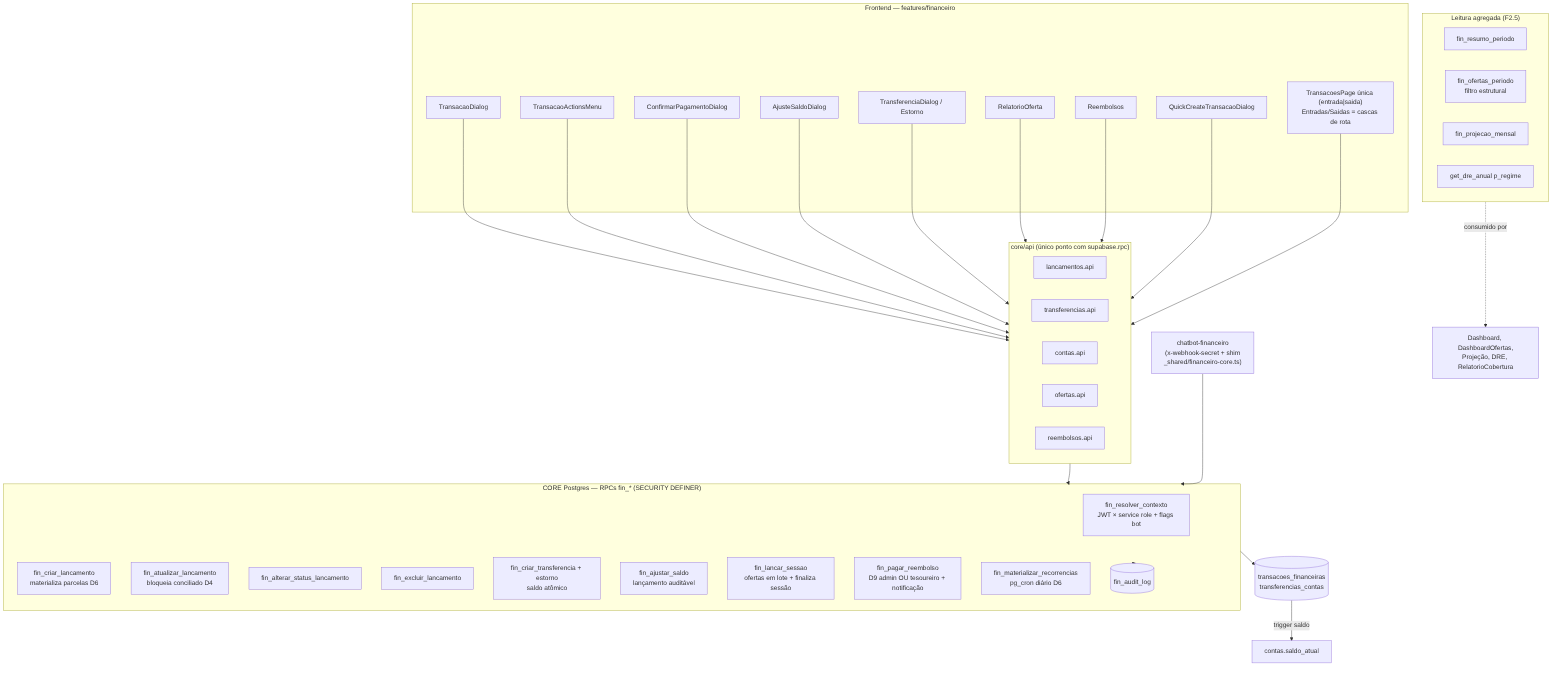
Earlier version of the Mermaid export docs/diagramas/exports/fluxo-financeiro_4.png (adrianoapc/igreja-carvalho). Its source is kept beside it as docs/diagramas/exports/fluxo-financeiro_4.mmd. Its diagram source:
```mermaid
flowchart TD
    subgraph FE["Frontend — features/financeiro"]
        TP["TransacoesPage única (entrada|saida)\nEntradas/Saidas = cascas de rota"]
        TD2[TransacaoDialog]
        AM[TransacaoActionsMenu]
        CP[ConfirmarPagamentoDialog]
        AS[AjusteSaldoDialog]
        TF[TransferenciaDialog / Estorno]
        RO[RelatorioOferta]
        RE[Reembolsos]
        QC[QuickCreateTransacaoDialog]
    end

    subgraph API["core/api (único ponto com supabase.rpc)"]
        LAPI[lancamentos.api]
        TAPI[transferencias.api]
        CAPI[contas.api]
        OAPI[ofertas.api]
        RAPI[reembolsos.api]
    end

    BOT["chatbot-financeiro\n(x-webhook-secret + shim\n_shared/financeiro-core.ts)"]

    subgraph RPC["CORE Postgres — RPCs fin_* (SECURITY DEFINER)"]
        CTX[fin_resolver_contexto\nJWT × service role + flags bot]
        W1[fin_criar_lancamento\nmaterializa parcelas D6]
        W2[fin_atualizar_lancamento\nbloqueia conciliado D4]
        W3[fin_alterar_status_lancamento]
        W4[fin_excluir_lancamento]
        W5[fin_criar_transferencia + estorno\nsaldo atômico]
        W6[fin_ajustar_saldo\nlançamento auditável]
        W7[fin_lancar_sessao\nofertas em lote + finaliza sessão]
        W8[fin_pagar_reembolso\nD9 admin OU tesoureiro + notificação]
        JOB[fin_materializar_recorrencias\npg_cron diário D6]
        AUD[(fin_audit_log)]
    end

    subgraph READ["Leitura agregada (F2.5)"]
        R1[fin_resumo_periodo]
        R2[fin_ofertas_periodo\nfiltro estrutural]
        R3[fin_projecao_mensal]
        R4[get_dre_anual p_regime]
    end

    TD2 & AM & CP & AS & TF & RO & RE & QC --> API
    TP --> API
    API --> RPC
    BOT --> RPC
    RPC --> AUD
    RPC --> T[(transacoes_financeiras\ntransferencias_contas)]
    T -->|trigger saldo| SALDO[contas.saldo_atual]
    READ -.consumido por.-> DASH[Dashboard, DashboardOfertas,\nProjeção, DRE, RelatorioCobertura]
```
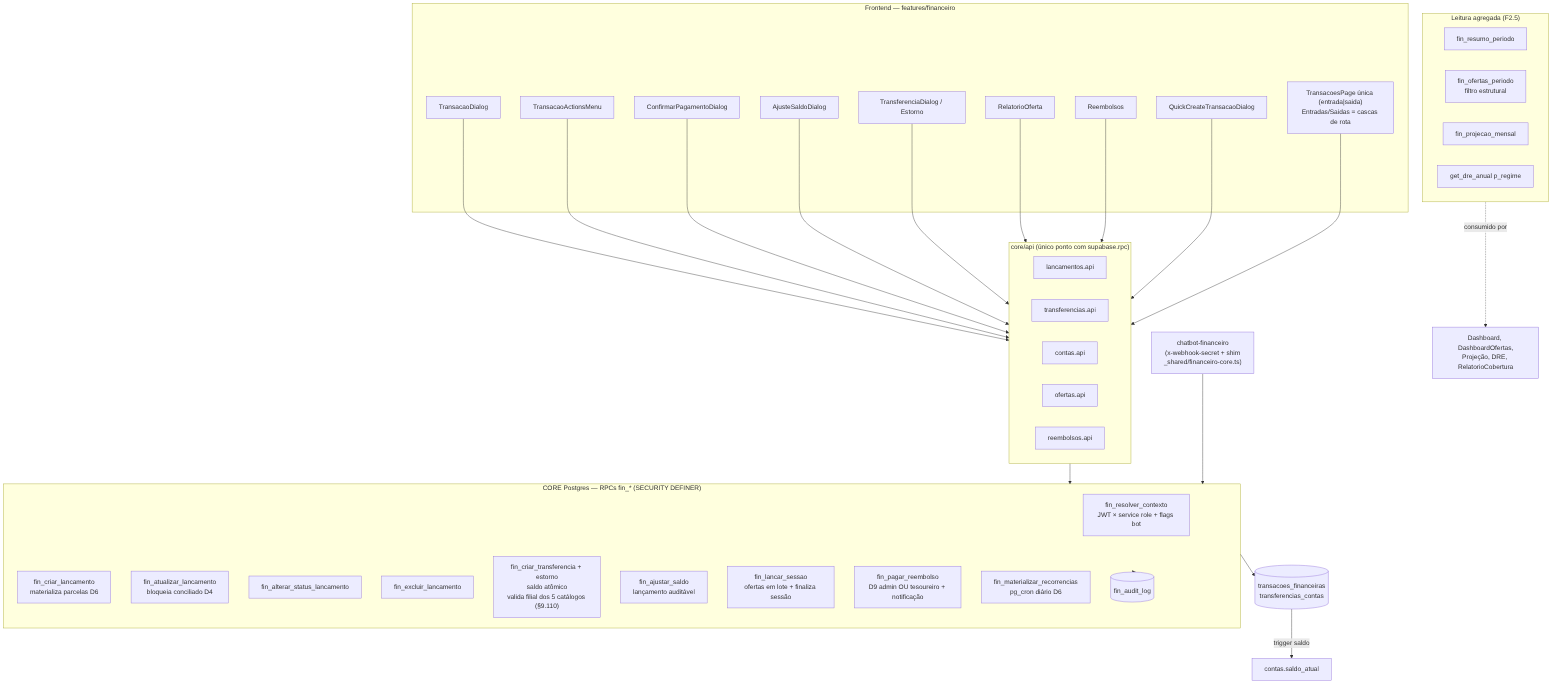
After the change.

Diff of the diagram source:
```diff
@@ -27,7 +27,7 @@
         W2[fin_atualizar_lancamento\nbloqueia conciliado D4]
         W3[fin_alterar_status_lancamento]
         W4[fin_excluir_lancamento]
-        W5[fin_criar_transferencia + estorno\nsaldo atômico]
+        W5["fin_criar_transferencia + estorno\nsaldo atômico\nvalida filial dos 5 catálogos (§9.110)"]
         W6[fin_ajustar_saldo\nlançamento auditável]
         W7[fin_lancar_sessao\nofertas em lote + finaliza sessão]
         W8[fin_pagar_reembolso\nD9 admin OU tesoureiro + notificação]
```
